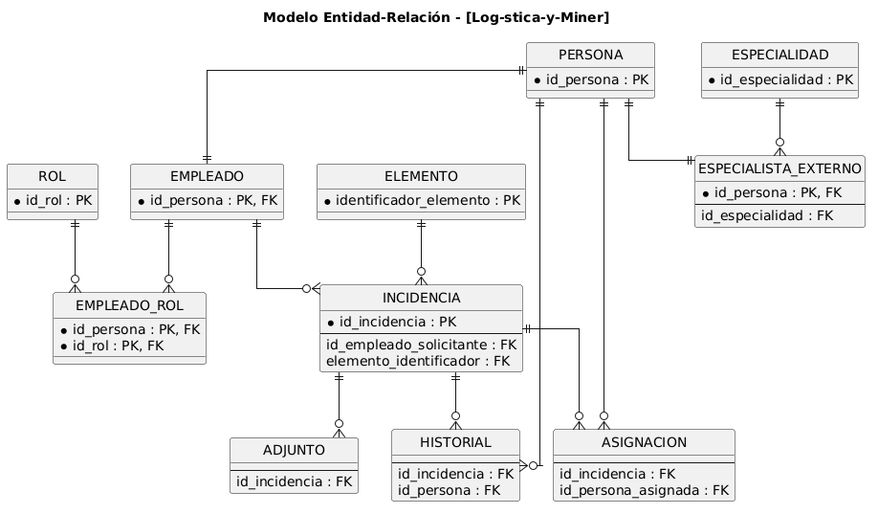
The PlantUML diagram diagramas/ER-Model.png in Luciosanfi7413/Caso-de-estudio-Log-stica-y-Miner-a-S.A, before a commit. Its diagram source:
```plantuml
@startuml
title Modelo Entidad-Relación - [Log-stica-y-Miner]
hide circle
skinparam linetype ortho
skinparam EntityBackgroundColor #F9F9F9


entity "PERSONA" {
  * id_persona : PK
}

entity "EMPLEADO" {
  * id_persona : PK, FK
}

entity "ESPECIALISTA_EXTERNO" {
  * id_persona : PK, FK
  --
  id_especialidad : FK
}

entity "ROL" {
  * id_rol : PK
}

entity "EMPLEADO_ROL" {
  * id_persona : PK, FK
  * id_rol : PK, FK
}

entity "ESPECIALIDAD" {
  * id_especialidad : PK
}

entity "INCIDENCIA" {
  * id_incidencia : PK
  --
  id_empleado_solicitante : FK
  elemento_identificador : FK
}

entity "ELEMENTO" {
  * identificador_elemento : PK
}

entity "ADJUNTO" {
  --
  id_incidencia : FK
}

entity "HISTORIAL" {
  --
  id_incidencia : FK
  id_persona : FK
}

entity "ASIGNACION" {
  --
  id_incidencia : FK
  id_persona_asignada : FK
}


PERSONA ||--|| EMPLEADO
PERSONA ||--|| ESPECIALISTA_EXTERNO

ESPECIALIDAD ||--o{ ESPECIALISTA_EXTERNO

EMPLEADO ||--o{ EMPLEADO_ROL
ROL ||--o{ EMPLEADO_ROL

EMPLEADO ||--o{ INCIDENCIA
ELEMENTO ||--o{ INCIDENCIA

INCIDENCIA ||--o{ ADJUNTO
INCIDENCIA ||--o{ HISTORIAL
INCIDENCIA ||--o{ ASIGNACION

PERSONA ||--o{ HISTORIAL
PERSONA ||--o{ ASIGNACION
@enduml
```
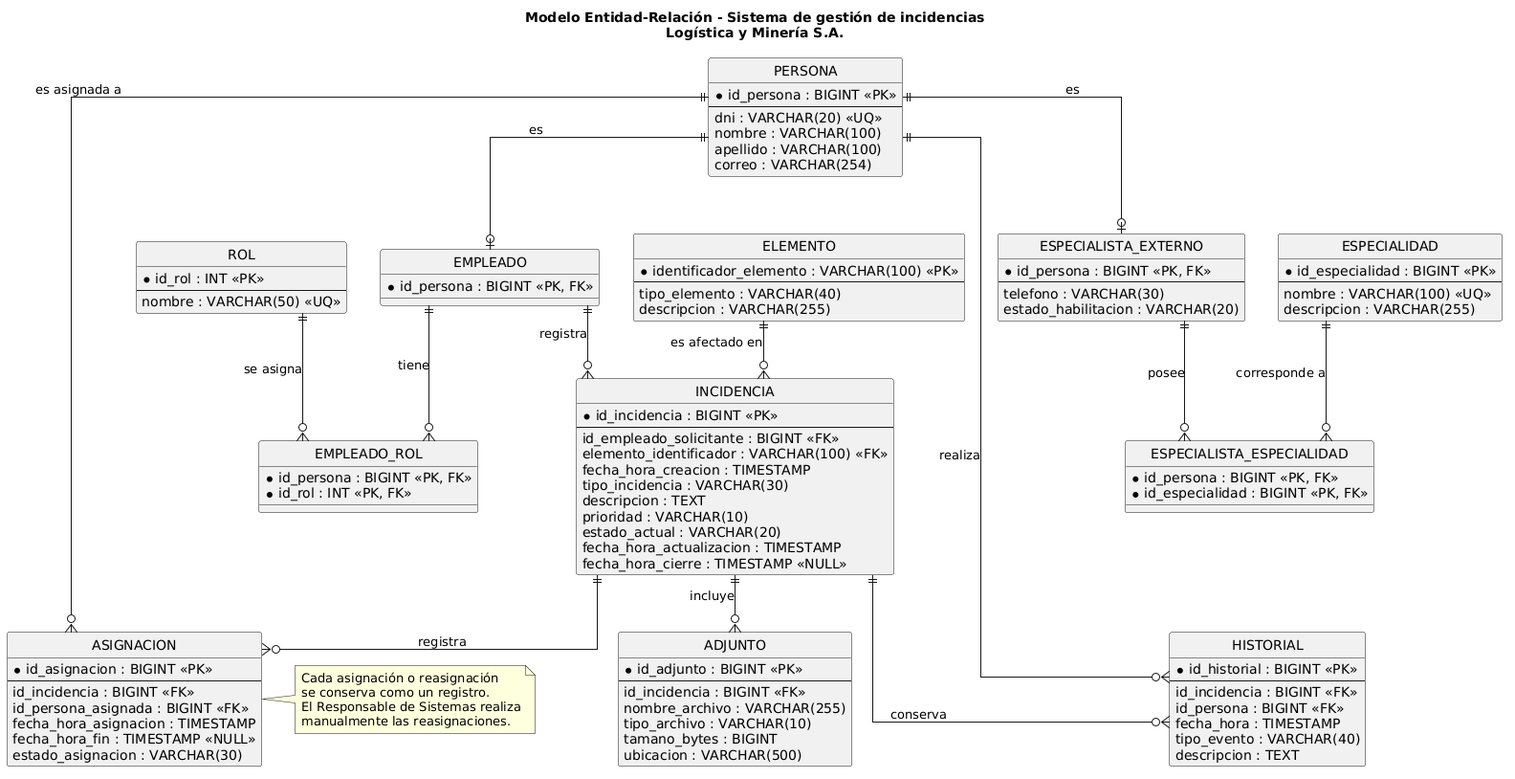
After the change.

Commit message:
Agregamos los cambios del diagrama ER y eliminamos inconsistencias

Change to the diagram source:
```diff
@@ -1,81 +1,127 @@
 @startuml
-title Modelo Entidad-Relación - [Log-stica-y-Miner]
+title Modelo Entidad-Relación - Sistema de gestión de incidencias\nLogística y Minería S.A.
+
 hide circle
 skinparam linetype ortho
-skinparam EntityBackgroundColor #F9F9F9
+top to bottom direction
 
-
-entity "PERSONA" {
-  * id_persona : PK
+entity "PERSONA" as PERSONA {
+  * id_persona : BIGINT <<PK>>
+  --
+  dni : VARCHAR(20) <<UQ>>
+  nombre : VARCHAR(100)
+  apellido : VARCHAR(100)
+  correo : VARCHAR(254)
 }
 
-entity "EMPLEADO" {
-  * id_persona : PK, FK
+entity "EMPLEADO" as EMPLEADO {
+  * id_persona : BIGINT <<PK, FK>>
 }
 
-entity "ESPECIALISTA_EXTERNO" {
-  * id_persona : PK, FK
+entity "ESPECIALISTA_EXTERNO" as ESPECIALISTA {
+  * id_persona : BIGINT <<PK, FK>>
   --
-  id_especialidad : FK
+  telefono : VARCHAR(30)
+  estado_habilitacion : VARCHAR(20)
 }
 
-entity "ROL" {
-  * id_rol : PK
+entity "ROL" as ROL {
+  * id_rol : INT <<PK>>
+  --
+  nombre : VARCHAR(50) <<UQ>>
 }
 
-entity "EMPLEADO_ROL" {
-  * id_persona : PK, FK
-  * id_rol : PK, FK
+entity "EMPLEADO_ROL" as EMPLEADO_ROL {
+  * id_persona : BIGINT <<PK, FK>>
+  * id_rol : INT <<PK, FK>>
 }
 
-entity "ESPECIALIDAD" {
-  * id_especialidad : PK
+entity "ESPECIALIDAD" as ESPECIALIDAD {
+  * id_especialidad : BIGINT <<PK>>
+  --
+  nombre : VARCHAR(100) <<UQ>>
+  descripcion : VARCHAR(255)
 }
 
-entity "INCIDENCIA" {
-  * id_incidencia : PK
-  --
-  id_empleado_solicitante : FK
-  elemento_identificador : FK
+entity "ESPECIALISTA_ESPECIALIDAD" as ESPECIALISTA_ESPECIALIDAD {
+  * id_persona : BIGINT <<PK, FK>>
+  * id_especialidad : BIGINT <<PK, FK>>
 }
 
-entity "ELEMENTO" {
-  * identificador_elemento : PK
+entity "ELEMENTO" as ELEMENTO {
+  * identificador_elemento : VARCHAR(100) <<PK>>
+  --
+  tipo_elemento : VARCHAR(40)
+  descripcion : VARCHAR(255)
 }
 
-entity "ADJUNTO" {
+entity "INCIDENCIA" as INCIDENCIA {
+  * id_incidencia : BIGINT <<PK>>
   --
-  id_incidencia : FK
+  id_empleado_solicitante : BIGINT <<FK>>
+  elemento_identificador : VARCHAR(100) <<FK>>
+  fecha_hora_creacion : TIMESTAMP
+  tipo_incidencia : VARCHAR(30)
+  descripcion : TEXT
+  prioridad : VARCHAR(10)
+  estado_actual : VARCHAR(20)
+  fecha_hora_actualizacion : TIMESTAMP
+  fecha_hora_cierre : TIMESTAMP <<NULL>>
 }
 
-entity "HISTORIAL" {
+entity "ADJUNTO" as ADJUNTO {
+  * id_adjunto : BIGINT <<PK>>
   --
-  id_incidencia : FK
-  id_persona : FK
+  id_incidencia : BIGINT <<FK>>
+  nombre_archivo : VARCHAR(255)
+  tipo_archivo : VARCHAR(10)
+  tamano_bytes : BIGINT
+  ubicacion : VARCHAR(500)
 }
 
-entity "ASIGNACION" {
+entity "HISTORIAL" as HISTORIAL {
+  * id_historial : BIGINT <<PK>>
   --
-  id_incidencia : FK
-  id_persona_asignada : FK
+  id_incidencia : BIGINT <<FK>>
+  id_persona : BIGINT <<FK>>
+  fecha_hora : TIMESTAMP
+  tipo_evento : VARCHAR(40)
+  descripcion : TEXT
 }
 
+entity "ASIGNACION" as ASIGNACION {
+  * id_asignacion : BIGINT <<PK>>
+  --
+  id_incidencia : BIGINT <<FK>>
+  id_persona_asignada : BIGINT <<FK>>
+  fecha_hora_asignacion : TIMESTAMP
+  fecha_hora_fin : TIMESTAMP <<NULL>>
+  estado_asignacion : VARCHAR(30)
+}
 
-PERSONA ||--|| EMPLEADO
-PERSONA ||--|| ESPECIALISTA_EXTERNO
+PERSONA ||--o| EMPLEADO : "es"
+PERSONA ||--o| ESPECIALISTA : "es"
 
-ESPECIALIDAD ||--o{ ESPECIALISTA_EXTERNO
+EMPLEADO ||--o{ EMPLEADO_ROL : "tiene"
+ROL ||--o{ EMPLEADO_ROL : "se asigna"
 
-EMPLEADO ||--o{ EMPLEADO_ROL
-ROL ||--o{ EMPLEADO_ROL
+ESPECIALISTA ||--o{ ESPECIALISTA_ESPECIALIDAD : "posee"
+ESPECIALIDAD ||--o{ ESPECIALISTA_ESPECIALIDAD : "corresponde a"
 
-EMPLEADO ||--o{ INCIDENCIA
-ELEMENTO ||--o{ INCIDENCIA
+EMPLEADO ||--o{ INCIDENCIA : "registra"
+ELEMENTO ||--o{ INCIDENCIA : "es afectado en"
 
-INCIDENCIA ||--o{ ADJUNTO
-INCIDENCIA ||--o{ HISTORIAL
-INCIDENCIA ||--o{ ASIGNACION
+INCIDENCIA ||--o{ ADJUNTO : "incluye"
+INCIDENCIA ||--o{ HISTORIAL : "conserva"
+PERSONA ||--o{ HISTORIAL : "realiza"
 
-PERSONA ||--o{ HISTORIAL
-PERSONA ||--o{ ASIGNACION
+INCIDENCIA ||--o{ ASIGNACION : "registra"
+PERSONA ||--o{ ASIGNACION : "es asignada a"
+
+note right of ASIGNACION
+Cada asignación o reasignación
+se conserva como un registro.
+El Responsable de Sistemas realiza
+manualmente las reasignaciones.
+end note
 @enduml
```
